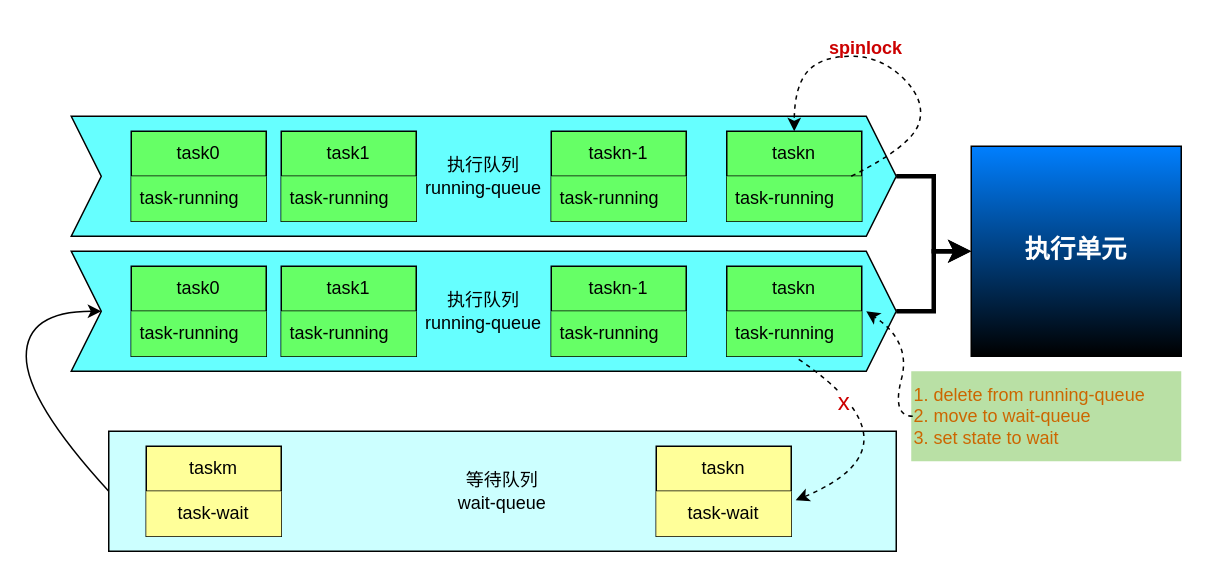
Joe-Bi-2016/joe-bi-2016.github.io keeps this draw.io diagram as images/semaphore-mutex-spinlock.drawio. Above is the earlier version. Source tidied: cells renumbered, new cells numbered last; positions are measured from the earlier drawing's top-left corner, leaving out a move shared by most shapes. Both pictures are drawn from the tidied source at 150%, with x=0, y=0 at pixel (26, 26).
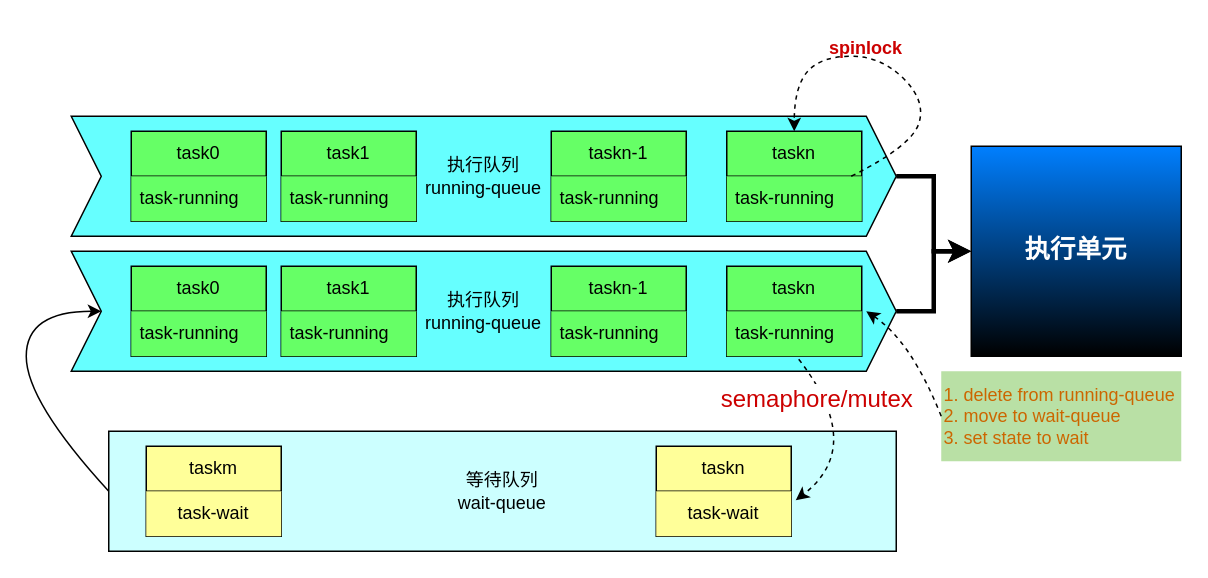
After the change.

Commit message (it also covers changes not shown here):
semaphore-mutex-spinlock

Unchanged cells that the change refers to:
```xml
<mxCell id="11" value="task-running" style="text;strokeColor=none;fillColor=#66FF66;align=left;verticalAlign=middle;spacingLeft=4;spacingRight=4;overflow=hidden;points=[[0,0.5],[1,0.5]];portConstraint=eastwest;whiteSpace=wrap;html=1;" parent="10" vertex="1">
  <mxGeometry y="30" width="90" height="30" as="geometry" />
</mxCell>
<mxCell id="26" value="task-wait" style="text;strokeColor=none;fillColor=#FFFF99;align=center;verticalAlign=middle;spacingLeft=4;spacingRight=4;overflow=hidden;points=[[0,0.5],[1,0.5]];portConstraint=eastwest;whiteSpace=wrap;html=1;" parent="25" vertex="1">
  <mxGeometry y="30" width="90" height="30" as="geometry" />
</mxCell>
```

The edit, as a diff of the source:
```diff
@@
     <mxCell id="29" style="curved=1;endArrow=classic;html=1;rounded=0;exitX=0.533;exitY=1.067;exitDx=0;exitDy=0;exitPerimeter=0;entryX=1.033;entryY=0.2;entryDx=0;entryDy=0;entryPerimeter=0;dashed=1;strokeWidth=1;" parent="1" edge="1" source="11" target="26">
       <mxGeometry relative="1" as="geometry">
         <Array as="points">
-          <mxPoint x="600" y="280" />
+          <mxPoint x="560" y="280" />
         </Array>
       </mxGeometry>
     </mxCell>
-    <mxCell id="30" value="&lt;font color=&quot;#cc0000&quot; style=&quot;font-size: 16px;&quot;&gt;x&lt;/font&gt;" style="edgeLabel;html=1;align=center;verticalAlign=middle;" parent="29" vertex="1">
+    <mxCell id="30" value="&lt;font color=&quot;#cc0000&quot; style=&quot;font-size: 16px;&quot;&gt;semaphore/mutex&lt;/font&gt;" style="edgeLabel;html=1;align=center;verticalAlign=middle;" parent="29" vertex="1">
       <mxGeometry x="-0.59" y="-6" relative="1" as="geometry" />
     </mxCell>
@@
     <mxCell id="33" value="&lt;font color=&quot;#cc6600&quot;&gt;1. delete from running-queue&lt;/font&gt;&lt;div&gt;&lt;font color=&quot;#cc6600&quot;&gt;2. move to wait-queue&lt;/font&gt;&lt;/div&gt;&lt;div&gt;&lt;font color=&quot;#cc6600&quot;&gt;3. set state to wait&lt;/font&gt;&lt;/div&gt;" style="text;html=1;align=left;verticalAlign=middle;whiteSpace=wrap;rounded=0;fillColor=#B9E0A5;" parent="1" vertex="1">
-      <mxGeometry x="590" y="230" width="180" height="60" as="geometry" />
+      <mxGeometry x="610" y="230" width="160" height="60" as="geometry" />
     </mxCell>
-    <mxCell id="34" style="curved=1;endArrow=classic;html=1;rounded=0;dashed=1;" parent="1" edge="1">
+    <mxCell id="34" style="curved=1;endArrow=classic;html=1;rounded=0;dashed=1;exitX=0;exitY=0.5;exitDx=0;exitDy=0;" parent="1" edge="1" source="33">
       <mxGeometry relative="1" as="geometry">
-        <mxPoint x="591" y="260" as="sourcePoint" />
         <mxPoint x="560" y="190" as="targetPoint" />
         <Array as="points">
-          <mxPoint x="577" y="260" />
           <mxPoint x="590" y="210" />
         </Array>
       </mxGeometry>
     </mxCell>
```
